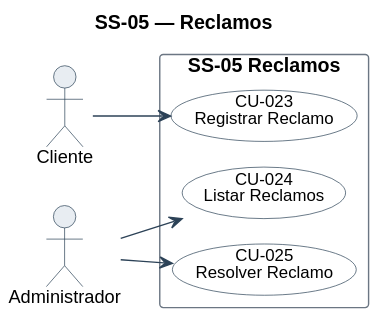
This is diagramas/uml/CU_SS-05_Reclamos.svg from Nahuelito-Dev/splg-docs, a PlantUML export, as it was before one commit. Source of this version:
```plantuml
@startuml
!pragma layout smetana
title SS-05 — Reclamos
left to right direction
skinparam backgroundColor #FFFFFF
skinparam shadowing false
skinparam defaultFontName Helvetica
skinparam defaultFontSize 13
skinparam ArrowColor #2C4257
skinparam actor {
  BorderColor #2C4257
  BackgroundColor #E8EDF2
}
skinparam usecase {
  BorderColor #2C4257
  BackgroundColor #FFFFFF
  FontSize 12
  BorderColor<<pendiente>> #9C4436
  BackgroundColor<<pendiente>> #F6E4E1
}
skinparam rectangle {
  BorderColor #6B7683
  FontSize 14
  FontStyle bold
}

actor "Cliente" as A1
actor "Administrador" as A3

rectangle "SS-05 Reclamos" {
  usecase "CU-023\nRegistrar Reclamo" as U23
  usecase "CU-024\nListar Reclamos" as U24
  usecase "CU-025\nResolver Reclamo" as U25
}

A1 --> U23
A3 --> U24
A3 --> U25
@enduml
```
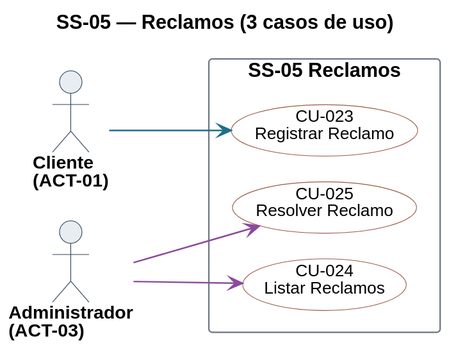
Later version of the same file.

Diff of the diagram source:
```diff
@@ -1,22 +1,23 @@
 @startuml
-!pragma layout smetana
-title SS-05 — Reclamos
+title SS-05 — Reclamos (3 casos de uso)
 left to right direction
 skinparam backgroundColor #FFFFFF
 skinparam shadowing false
 skinparam defaultFontName Helvetica
 skinparam defaultFontSize 13
+skinparam dpi 150
 skinparam ArrowColor #2C4257
+skinparam ArrowThickness 1.1
 skinparam actor {
   BorderColor #2C4257
   BackgroundColor #E8EDF2
+  FontSize 13
+  FontStyle bold
 }
 skinparam usecase {
   BorderColor #2C4257
   BackgroundColor #FFFFFF
   FontSize 12
-  BorderColor<<pendiente>> #9C4436
-  BackgroundColor<<pendiente>> #F6E4E1
 }
 skinparam rectangle {
   BorderColor #6B7683
@@ -24,16 +25,23 @@
   FontStyle bold
 }
 
-actor "Cliente" as A1
-actor "Administrador" as A3
+skinparam nodesep 18
+skinparam ranksep 70
+skinparam usecase {
+  BorderColor<<pendiente>> #9C4436
+  BackgroundColor<<pendiente>> #F6E4E1
+}
+
+actor "Cliente\n(ACT-01)" as A01
+actor "Administrador\n(ACT-03)" as A03
 
 rectangle "SS-05 Reclamos" {
-  usecase "CU-023\nRegistrar Reclamo" as U23
-  usecase "CU-024\nListar Reclamos" as U24
-  usecase "CU-025\nResolver Reclamo" as U25
+  usecase "CU-023\nRegistrar Reclamo" as U023 #back:FFFFFF;line:9C5A46
+  usecase "CU-024\nListar Reclamos" as U024 #back:FFFFFF;line:9C5A46
+  usecase "CU-025\nResolver Reclamo" as U025 #back:FFFFFF;line:9C5A46
 }
 
-A1 --> U23
-A3 --> U24
-A3 --> U25
+A01 -[#1F6F8B]-> U023
+A03 -[#8C4A9E]-> U024
+A03 -[#8C4A9E]-> U025
 @enduml
```
